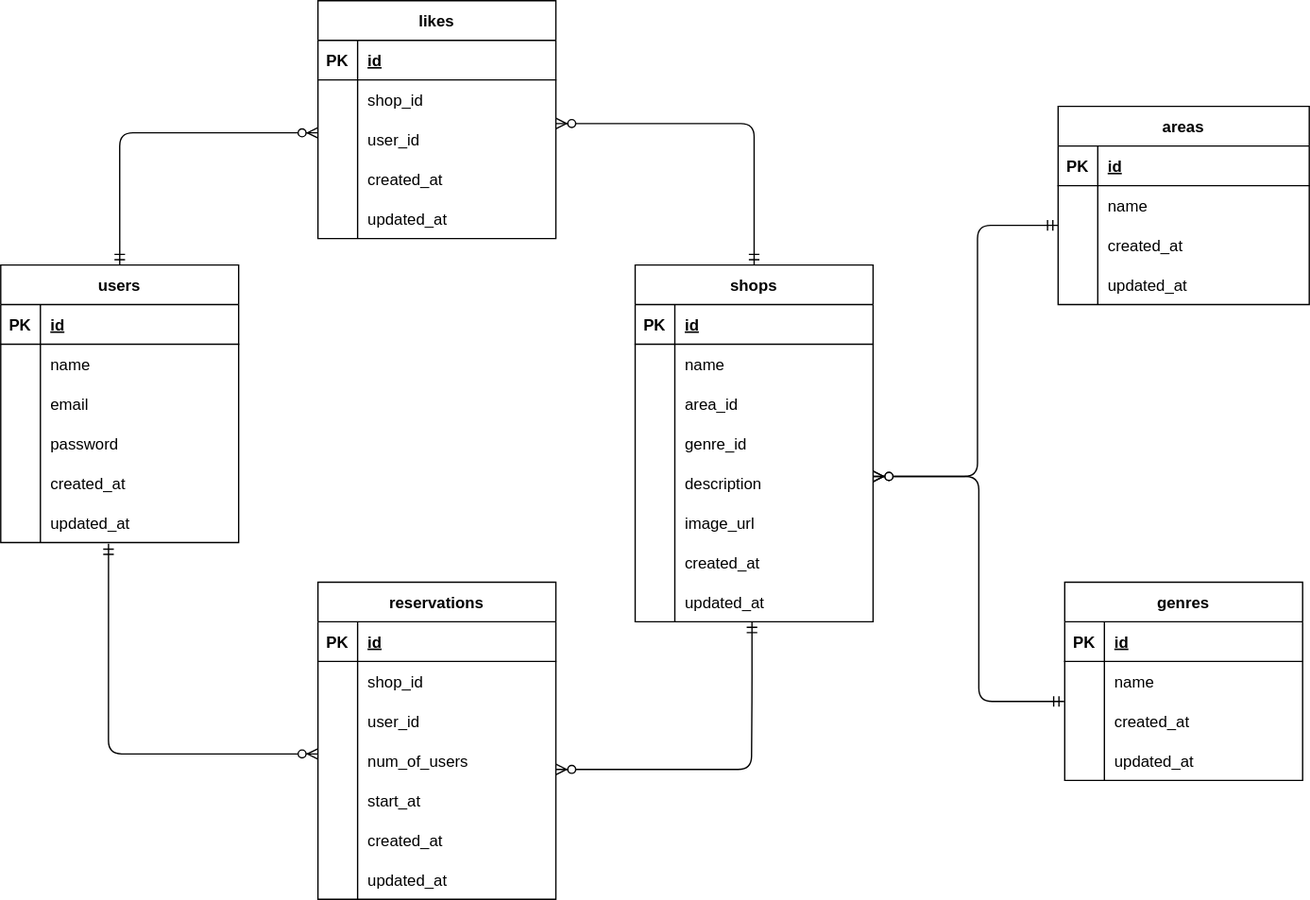
This is rese.drawio.svg from kohsai/rese_clone, a draw.io export, as it was before one commit. Source tidied: cells renumbered, new cells last; positions are measured from the earlier drawing's top-left corner, leaving out a move shared by most shapes.
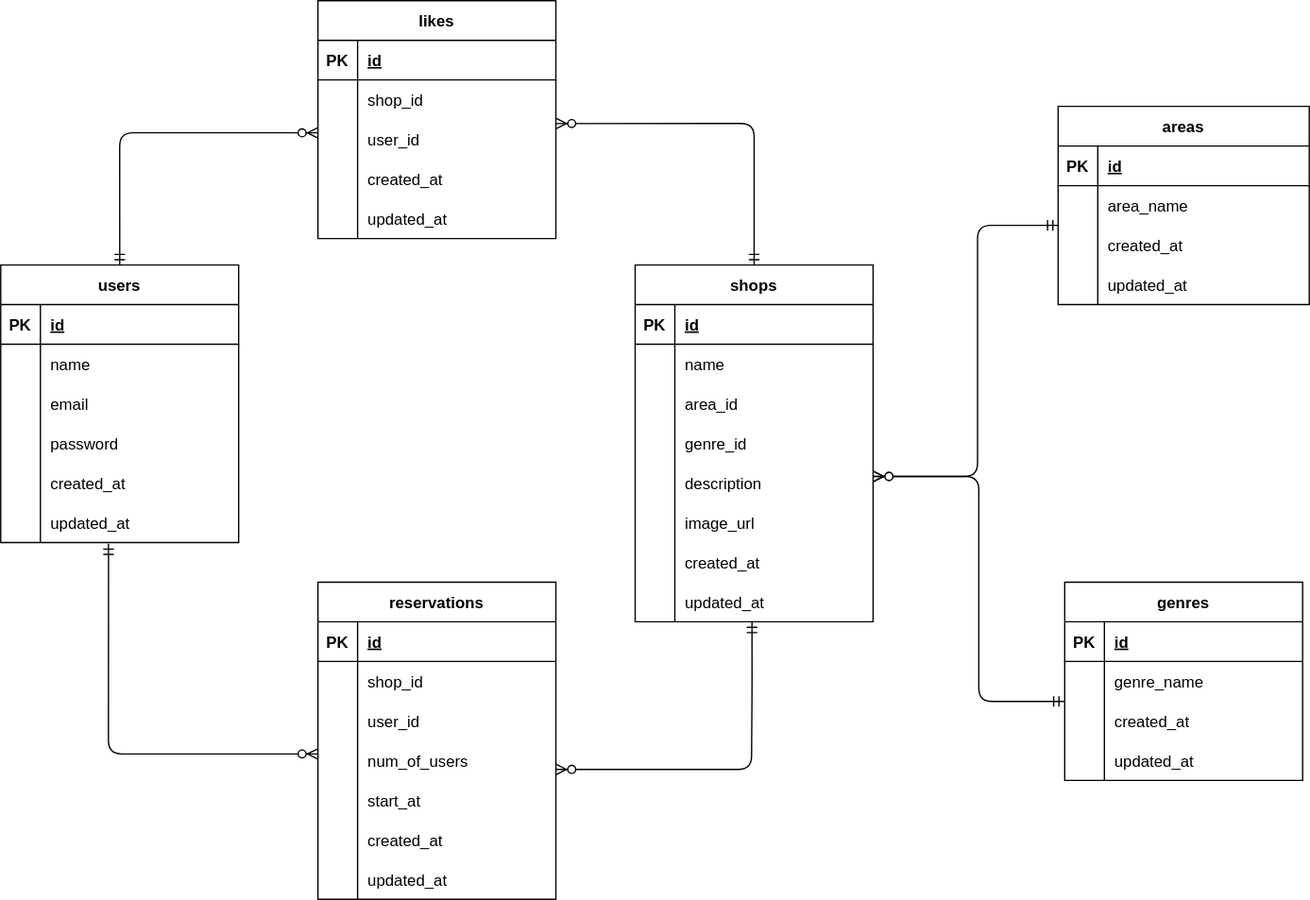
The same diagram one commit later.

Diff of the diagram source:
```diff
@@ -20,7 +20,7 @@
     <mxCell id="7" style="shape=partialRectangle;fillColor=none;top=0;left=0;bottom=0;right=0;overflow=hidden;" parent="6" vertex="1">
       <mxGeometry width="30" height="30" as="geometry" />
     </mxCell>
-    <mxCell id="8" value="name" style="shape=partialRectangle;fillColor=none;top=0;left=0;bottom=0;right=0;align=left;spacingLeft=6;overflow=hidden;" parent="6" vertex="1">
+    <mxCell id="8" value="area_name" style="shape=partialRectangle;fillColor=none;top=0;left=0;bottom=0;right=0;align=left;spacingLeft=6;overflow=hidden;" parent="6" vertex="1">
       <mxGeometry x="30" width="160" height="30" as="geometry" />
     </mxCell>
     <mxCell id="9" style="shape=tableRow;horizontal=0;startSize=0;swimlaneHead=0;swimlaneBody=0;fillColor=none;points=[[0,0.5],[1,0.5]];portConstraint=eastwest;top=0;left=0;right=0;bottom=0;" parent="2" vertex="1">
@@ -305,7 +305,7 @@
     <mxCell id="102" style="shape=partialRectangle;fillColor=none;top=0;left=0;bottom=0;right=0;overflow=hidden;" parent="101" vertex="1">
       <mxGeometry width="30" height="30" as="geometry" />
     </mxCell>
-    <mxCell id="103" value="name" style="shape=partialRectangle;fillColor=none;top=0;left=0;bottom=0;right=0;align=left;spacingLeft=6;overflow=hidden;" parent="101" vertex="1">
+    <mxCell id="103" value="genre_name" style="shape=partialRectangle;fillColor=none;top=0;left=0;bottom=0;right=0;align=left;spacingLeft=6;overflow=hidden;" parent="101" vertex="1">
       <mxGeometry x="30" width="150" height="30" as="geometry" />
     </mxCell>
     <mxCell id="104" style="shape=tableRow;horizontal=0;startSize=0;swimlaneHead=0;swimlaneBody=0;fillColor=none;points=[[0,0.5],[1,0.5]];portConstraint=eastwest;top=0;left=0;right=0;bottom=0;" parent="97" vertex="1">
```
